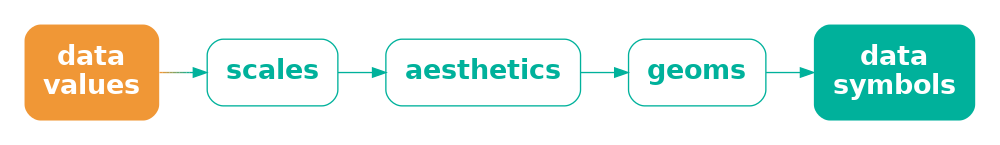
Above: Diagrams/data-scale-aes-geom-sym.png in pmur002/hdvw (Graphviz), before the change. Its source is kept beside it as Diagrams/data-scale-aes-geom-sym.dot.
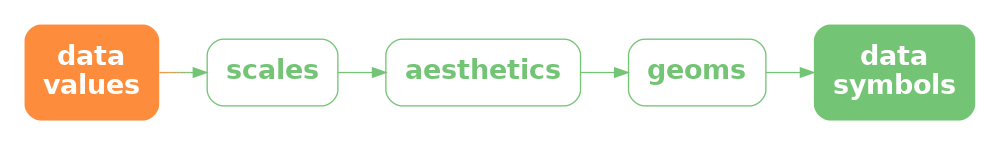
The same file after the commit.

The edit, as a diff of the source:
```diff
@@ -1,14 +1,14 @@
 digraph {
   graph [ rankdir=LR; margin=.2; nodesep=.5 ];
   node [ fontsize=20; fontname="sans bold"; margin=.2 ];
-  data [ label="data\nvalues"; shape=box; style="filled, rounded"; penwidth=0; fontcolor=white; fillcolor="#F09736" ]
-  scale [ label="scales"; shape=box; style=rounded; color="#00B19B"; fontcolor="#00B19B" ]
-  aes [ label="aesthetics"; shape=box; style=rounded; color="#00B19B"; fontcolor="#00B19B" ]
-  geom [ label="geoms"; shape=box; style=rounded; color="#00B19B"; fontcolor="#00B19B" ]
+  data [ label="data\nvalues"; shape=box; style="filled, rounded"; penwidth=0; fontcolor=white; fillcolor="#FD8D3C" ]
+  scale [ label="scales"; shape=box; style=rounded; color="#74C476"; fontcolor="#74C476" ]
+  aes [ label="aesthetics"; shape=box; style=rounded; color="#74C476"; fontcolor="#74C476" ]
+  geom [ label="geoms"; shape=box; style=rounded; color="#74C476"; fontcolor="#74C476" ]
   sym [ label="data\nsymbols"; shape=box;
-     style="filled, rounded"; penwidth=0; fontcolor=white; fillcolor="#00B19B" ]
-  data -> scale [ color="#F09736;0.1:#D59A41;0.1:#BB9D4C;0.1:#A0A058;0.1:#85A363;0.1:#6BA56E;0.1:#50A879;0.1:#35AB85;0.1:#1BAE90;0.1:#00B19B;0.1" ]
-  scale -> aes [ color="#00B19B" ]
-  aes -> geom [ color="#00B19B" ]
-  geom -> sym [ color="#00B19B" ]
+     style="filled, rounded"; penwidth=0; fontcolor=white; fillcolor="#74C476" ]
+  data -> scale [ color="#FD8D3C;0.1:#EE9342;0.1:#DF9949;0.1:#CF9F4F;0.1:#C0A556;0.1:#B1AC5C;0.1:#A2B263;0.1:#92B869;0.1:#83BE70;0.1:#74C476;0.1" ]
+  scale -> aes [ color="#74C476" ]
+  aes -> geom [ color="#74C476" ]
+  geom -> sym [ color="#74C476" ]
 }
```
